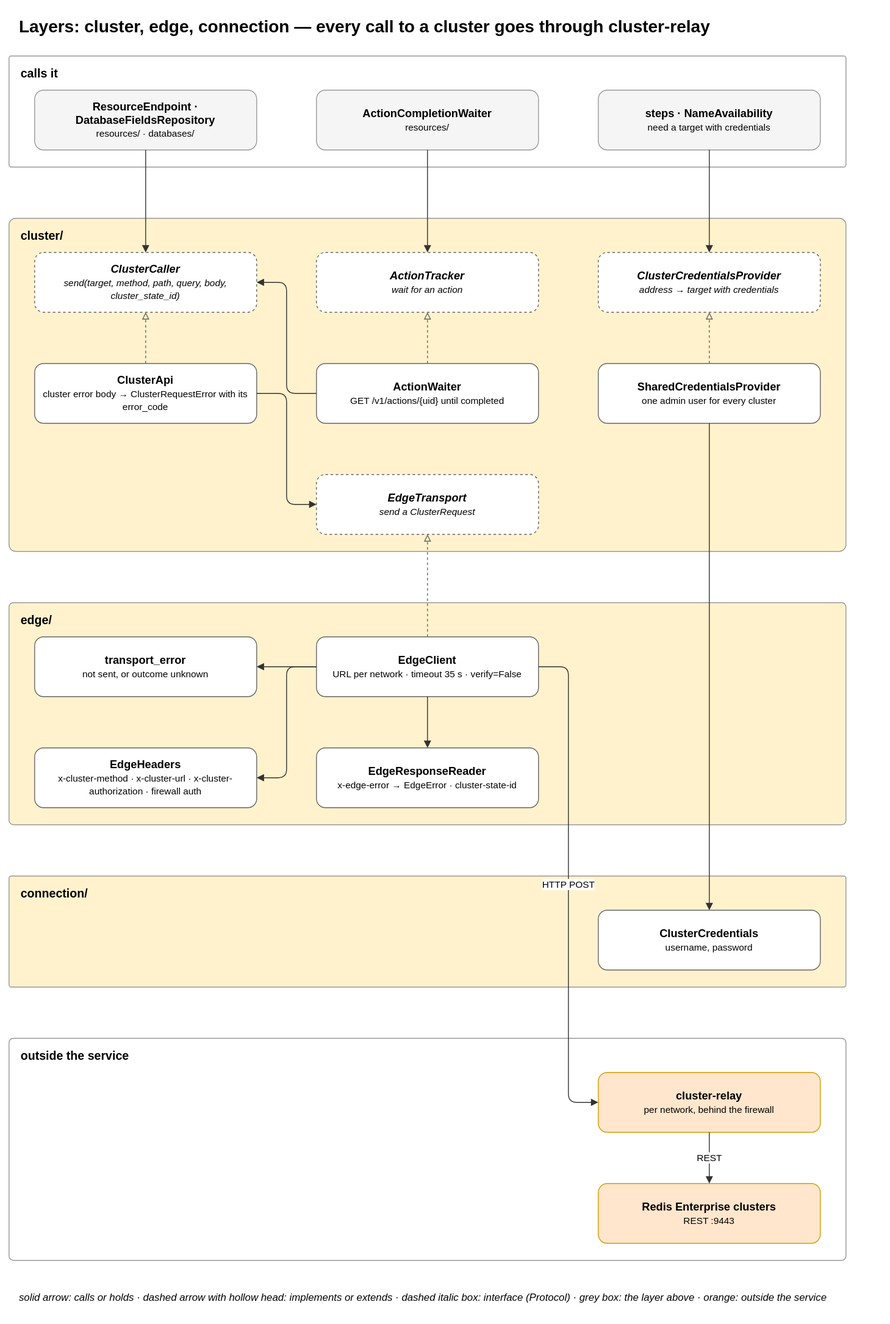
Earlier version of the draw.io export docs/diagrams/08-layer-transport.drawio.svg (EliShteinman/redis-enterprise-services). Source tidied: cells renumbered, new cells last; positions are measured from the earlier drawing's top-left corner, leaving out a move shared by most shapes.
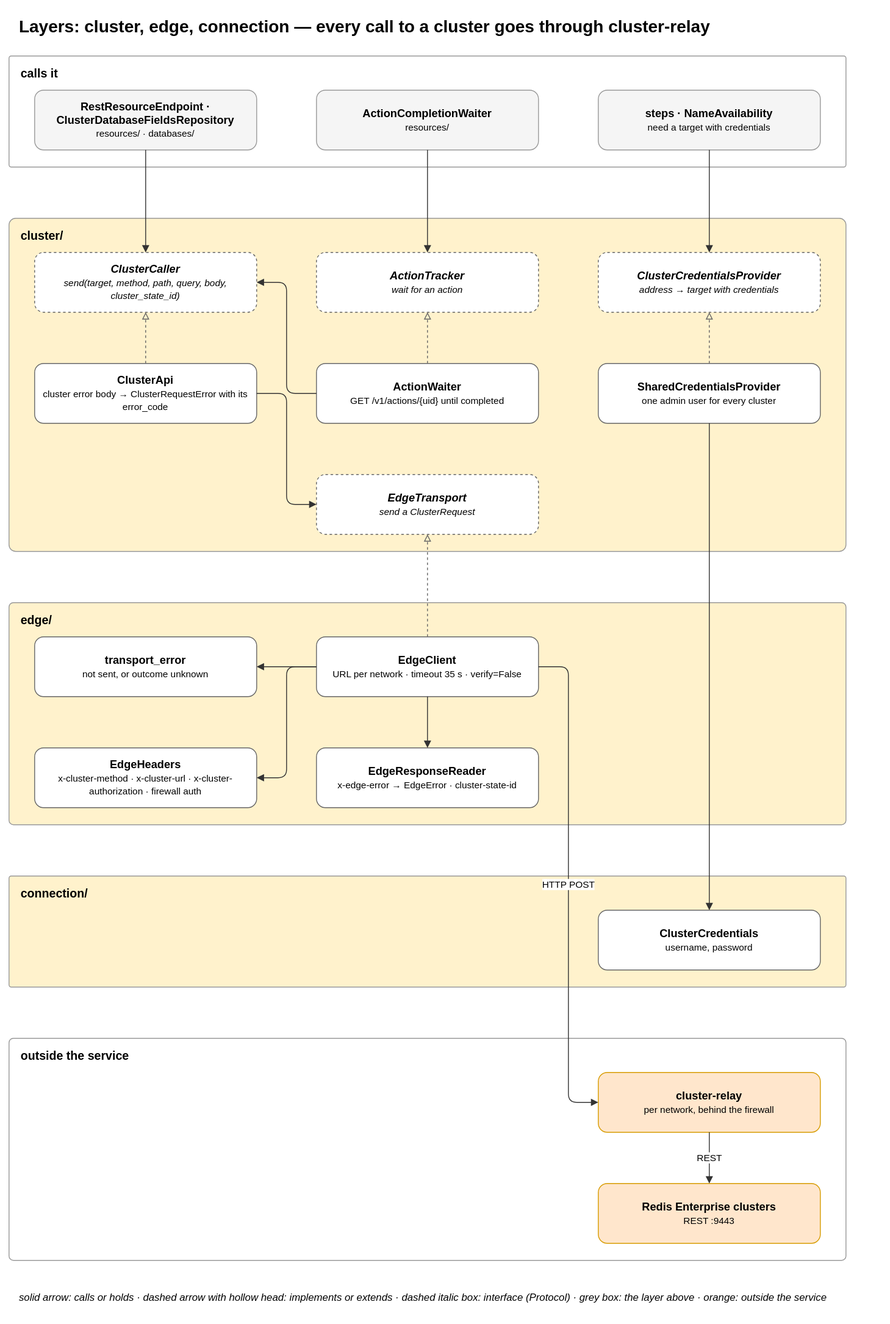
The same diagram one commit later.

What changed in the source:
```diff
@@ -8,7 +8,7 @@
     <mxCell id="3" value="&lt;b&gt;calls it&lt;/b&gt;" style="rounded=1;arcSize=2;fillColor=#ffffff;strokeColor=#999999;verticalAlign=top;align=left;spacingLeft=12;spacingTop=6;html=1;fontSize=14;" parent="1" vertex="1">
       <mxGeometry y="55" width="980" height="130" as="geometry" />
     </mxCell>
-    <mxCell id="4" value="&lt;b&gt;ResourceEndpoint · DatabaseFieldsRepository&lt;/b&gt;&lt;br&gt;&lt;font style='font-size:11px'&gt;resources/ · databases/&lt;/font&gt;" style="rounded=1;whiteSpace=wrap;html=1;fillColor=#f5f5f5;strokeColor=#999999;fontSize=13;" parent="1" vertex="1">
+    <mxCell id="4" value="&lt;b&gt;RestResourceEndpoint · ClusterDatabaseFieldsRepository&lt;/b&gt;&lt;br&gt;&lt;font style='font-size:11px'&gt;resources/ · databases/&lt;/font&gt;" style="rounded=1;whiteSpace=wrap;html=1;fillColor=#f5f5f5;strokeColor=#999999;fontSize=13;" parent="1" vertex="1">
       <mxGeometry x="30" y="95" width="260" height="70" as="geometry" />
     </mxCell>
     <mxCell id="5" value="&lt;b&gt;ActionCompletionWaiter&lt;/b&gt;&lt;br&gt;&lt;font style='font-size:11px'&gt;resources/&lt;/font&gt;" style="rounded=1;whiteSpace=wrap;html=1;fillColor=#f5f5f5;strokeColor=#999999;fontSize=13;" parent="1" vertex="1">
```
